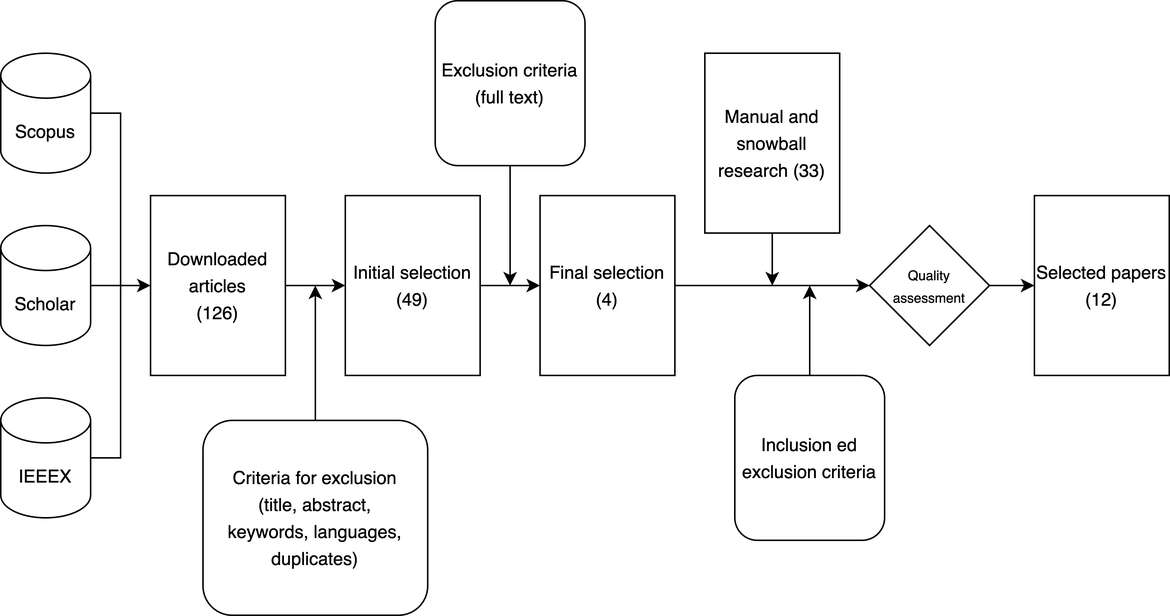
Above: Images/selezioncina.png in FedericoCantarelli/TextThesis (draw.io), before the change. Source tidied: cells renumbered, new cells last; positions are measured from the earlier drawing's top-left corner, leaving out a move shared by most shapes.
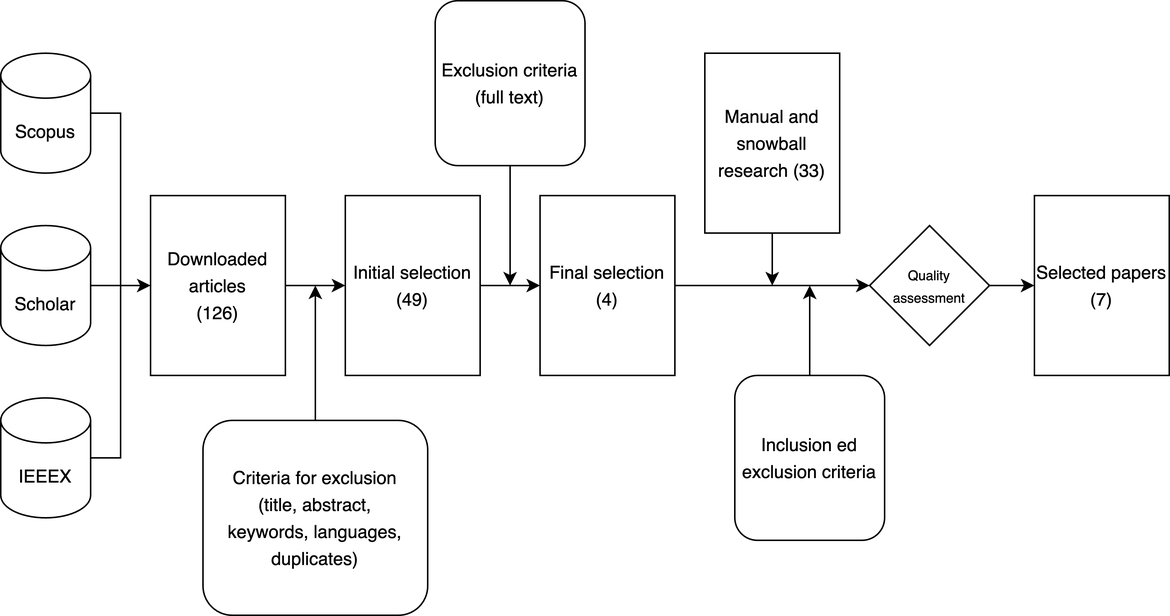
The same diagram one commit later.

What changed in the source:
```diff
@@ -46,7 +46,7 @@
     <mxCell id="15" value="&lt;p style=&quot;line-height: 150%;&quot;&gt;Manual and snowball research (33)&lt;/p&gt;" style="rounded=0;whiteSpace=wrap;html=1;" parent="1" vertex="1">
       <mxGeometry x="470" y="35" width="90" height="120" as="geometry" />
     </mxCell>
-    <mxCell id="16" value="&lt;p style=&quot;line-height: 150%;&quot;&gt;Selected papers (12)&lt;/p&gt;" style="rounded=0;whiteSpace=wrap;html=1;" parent="1" vertex="1">
+    <mxCell id="16" value="&lt;p style=&quot;line-height: 150%;&quot;&gt;Selected papers (7)&lt;/p&gt;" style="rounded=0;whiteSpace=wrap;html=1;" parent="1" vertex="1">
       <mxGeometry x="690" y="130" width="90" height="120" as="geometry" />
     </mxCell>
     <mxCell id="17" style="edgeStyle=orthogonalEdgeStyle;rounded=0;jettySize=auto;html=1;" parent="1" edge="1" source="18">
```
